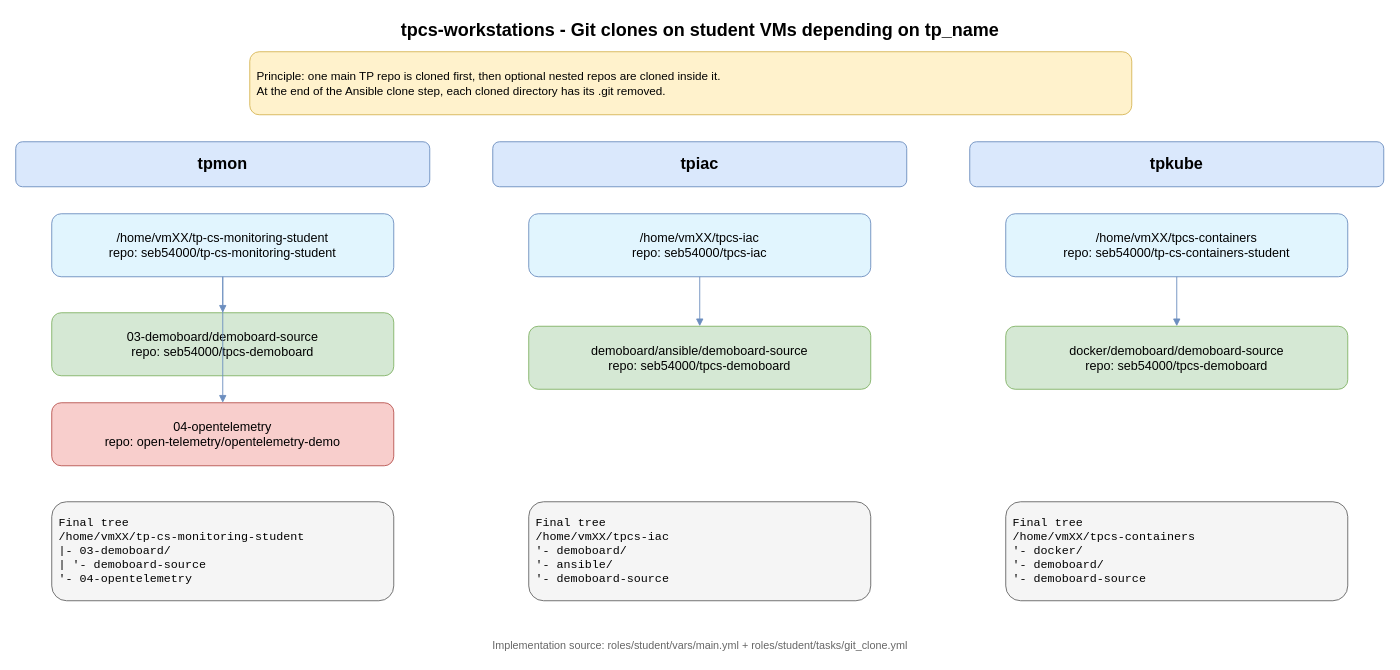
Before: git-clones-by-tp.drawio in seb54000/tpcs-workstations, a draw.io diagram. Source tidied: cells renumbered, new cells numbered last; positions are measured from the earlier drawing's top-left corner, leaving out a move shared by most shapes. Both pictures are drawn from the tidied source at 90%, with x=0, y=0 at pixel (15, 15).
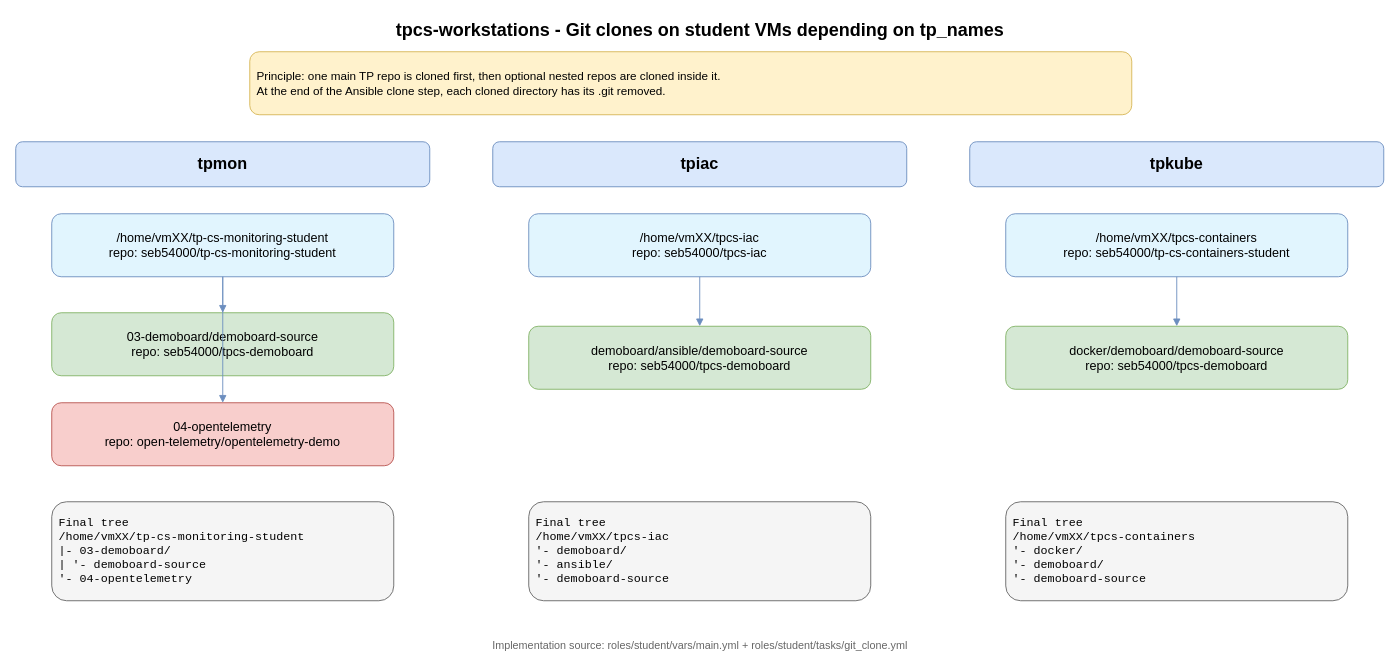
The same page after the edit.

The edit, as a diff of the source:
```diff
@@
-    <mxCell id="2" value="tpcs-workstations - Git clones on student VMs depending on tp_name" style="text;html=1;strokeColor=none;fillColor=none;align=center;verticalAlign=middle;fontSize=20;fontStyle=1;" parent="1" vertex="1">
+    <mxCell id="2" value="tpcs-workstations - Git clones on student VMs depending on tp_names" style="text;html=1;strokeColor=none;fillColor=none;align=center;verticalAlign=middle;fontSize=20;fontStyle=1;" parent="1" vertex="1">
       <mxGeometry x="320" width="880" height="30" as="geometry" />
     </mxCell>
```
